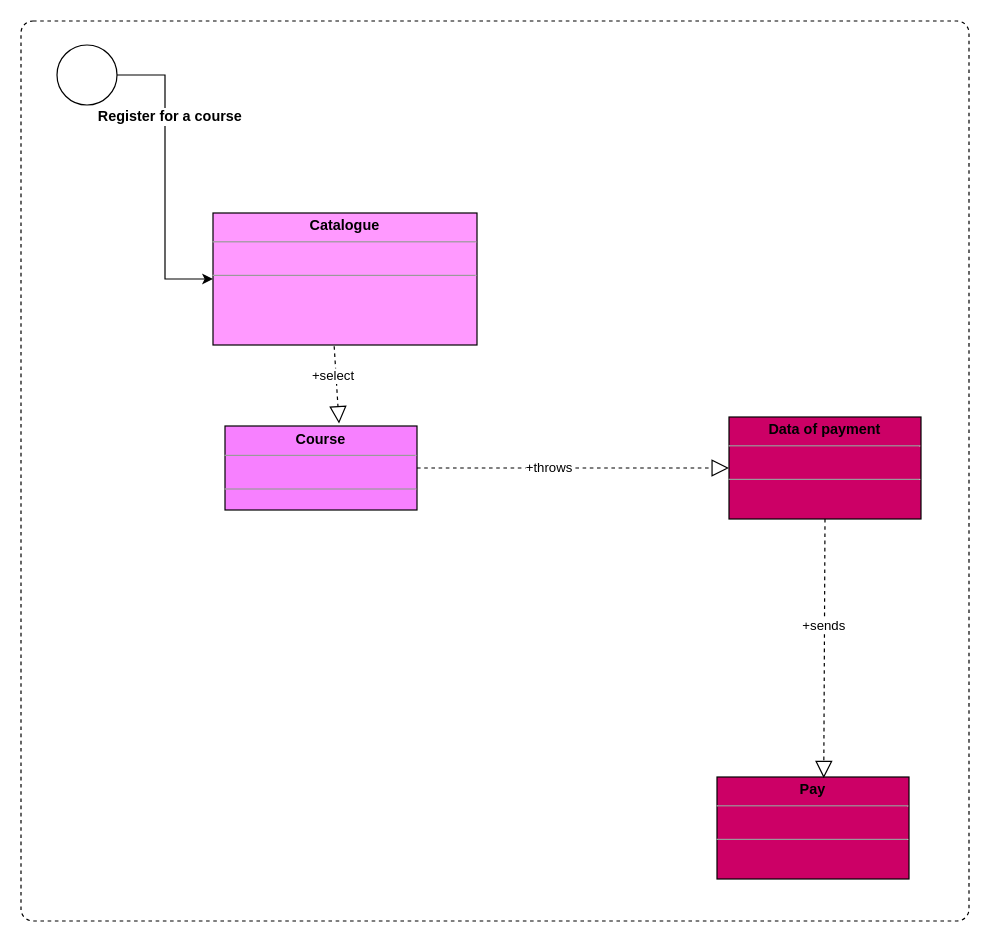
DianaHFer/Analisis-avanzado-de-software keeps this draw.io diagram as Documents U1/diagrams/classEnglish.drawio. Above is the earlier version. Source tidied: cells renumbered, new cells numbered last; positions are measured from the earlier drawing's top-left corner, leaving out a move shared by most shapes. Both pictures are drawn from the tidied source at 120%, with x=0, y=0 at pixel (20, 20).
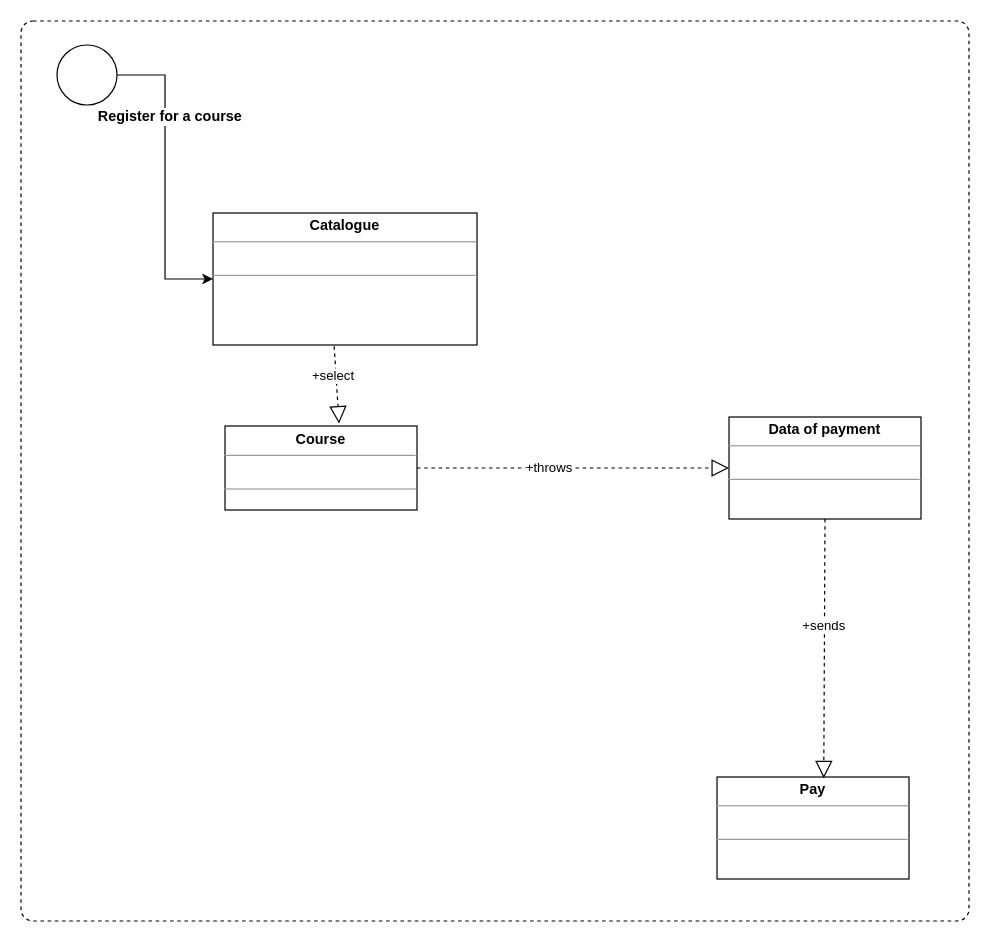
The same diagram, later.

Change to the diagram source:
```diff
@@
 <mxGraphModel>
   <root>
     <mxCell id="0" />
     <mxCell id="1" parent="0" />
     <mxCell id="2" style="html=1;align=center;verticalAlign=top;rounded=1;absoluteArcSize=1;arcSize=20;dashed=1;" parent="1" vertex="1">
       <mxGeometry width="790" height="750" as="geometry" />
     </mxCell>
-    <mxCell id="3" value="&lt;p style=&quot;margin: 0px ; margin-top: 4px ; text-align: center&quot;&gt;&lt;b&gt;Catalogue&lt;/b&gt;&lt;/p&gt;&lt;hr size=&quot;1&quot;&gt;&lt;p style=&quot;margin: 0px ; margin-left: 4px&quot;&gt;&lt;br&gt;&lt;/p&gt;&lt;hr size=&quot;1&quot;&gt;&lt;p style=&quot;margin: 0px ; margin-left: 4px&quot;&gt;&lt;br&gt;&lt;/p&gt;" style="verticalAlign=top;align=left;overflow=fill;fontSize=12;fontFamily=Helvetica;html=1;fillColor=#FF99FF;" parent="1" vertex="1">
+    <mxCell id="3" value="&lt;p style=&quot;margin: 0px ; margin-top: 4px ; text-align: center&quot;&gt;&lt;b&gt;Catalogue&lt;/b&gt;&lt;/p&gt;&lt;hr size=&quot;1&quot;&gt;&lt;p style=&quot;margin: 0px ; margin-left: 4px&quot;&gt;&lt;br&gt;&lt;/p&gt;&lt;hr size=&quot;1&quot;&gt;&lt;p style=&quot;margin: 0px ; margin-left: 4px&quot;&gt;&lt;br&gt;&lt;/p&gt;" style="verticalAlign=top;align=left;overflow=fill;fontSize=12;fontFamily=Helvetica;html=1;fillColor=none;" parent="1" vertex="1">
       <mxGeometry x="160" y="160" width="220" height="110" as="geometry" />
     </mxCell>
-    <mxCell id="4" value="&lt;p style=&quot;margin: 0px ; margin-top: 4px ; text-align: center&quot;&gt;&lt;b&gt;Course&lt;/b&gt;&lt;/p&gt;&lt;hr size=&quot;1&quot;&gt;&lt;p style=&quot;margin: 0px ; margin-left: 4px&quot;&gt;&lt;br&gt;&lt;/p&gt;&lt;hr size=&quot;1&quot;&gt;&lt;p style=&quot;margin: 0px ; margin-left: 4px&quot;&gt;&lt;br&gt;&lt;/p&gt;" style="verticalAlign=top;align=left;overflow=fill;fontSize=12;fontFamily=Helvetica;html=1;fillColor=#F780FF;" parent="1" vertex="1">
+    <mxCell id="4" value="&lt;p style=&quot;margin: 0px ; margin-top: 4px ; text-align: center&quot;&gt;&lt;b&gt;Course&lt;/b&gt;&lt;/p&gt;&lt;hr size=&quot;1&quot;&gt;&lt;p style=&quot;margin: 0px ; margin-left: 4px&quot;&gt;&lt;br&gt;&lt;/p&gt;&lt;hr size=&quot;1&quot;&gt;&lt;p style=&quot;margin: 0px ; margin-left: 4px&quot;&gt;&lt;br&gt;&lt;/p&gt;" style="verticalAlign=top;align=left;overflow=fill;fontSize=12;fontFamily=Helvetica;html=1;fillColor=none;" parent="1" vertex="1">
       <mxGeometry x="170" y="337.5" width="160" height="70" as="geometry" />
     </mxCell>
     <mxCell id="5" style="endArrow=block;dashed=1;endFill=0;endSize=12;html=1;exitX=1;exitY=0.5;exitDx=0;exitDy=0;entryX=0;entryY=0.5;entryDx=0;entryDy=0;" parent="1" edge="1" source="4" target="15">
       <mxGeometry relative="1" as="geometry" />
     </mxCell>
     <mxCell id="6" value="+throws" style="edgeLabel;html=1;align=center;verticalAlign=middle;" parent="5" vertex="1">
       <mxGeometry x="-0.16" y="1" relative="1" as="geometry" />
     </mxCell>
     <mxCell id="7" style="endArrow=block;dashed=1;endFill=0;endSize=12;html=1;exitX=0.459;exitY=1.009;exitDx=0;exitDy=0;exitPerimeter=0;entryX=0.594;entryY=-0.029;entryDx=0;entryDy=0;entryPerimeter=0;" parent="1" edge="1" source="3" target="4">
       <mxGeometry relative="1" as="geometry" />
     </mxCell>
     <mxCell id="8" value="+select" style="edgeLabel;html=1;align=center;verticalAlign=middle;" parent="7" vertex="1">
       <mxGeometry x="-0.25" y="-3" relative="1" as="geometry" />
     </mxCell>
-    <mxCell id="9" value="&lt;p style=&quot;margin: 0px ; margin-top: 4px ; text-align: center&quot;&gt;&lt;b&gt;Pay&lt;/b&gt;&lt;/p&gt;&lt;hr size=&quot;1&quot;&gt;&lt;p style=&quot;margin: 0px ; margin-left: 4px&quot;&gt;&lt;br&gt;&lt;/p&gt;&lt;hr size=&quot;1&quot;&gt;&lt;p style=&quot;margin: 0px ; margin-left: 4px&quot;&gt;&lt;br&gt;&lt;/p&gt;" style="verticalAlign=top;align=left;overflow=fill;fontSize=12;fontFamily=Helvetica;html=1;fillColor=#CC0066;" parent="1" vertex="1">
+    <mxCell id="9" value="&lt;p style=&quot;margin: 0px ; margin-top: 4px ; text-align: center&quot;&gt;&lt;b&gt;Pay&lt;/b&gt;&lt;/p&gt;&lt;hr size=&quot;1&quot;&gt;&lt;p style=&quot;margin: 0px ; margin-left: 4px&quot;&gt;&lt;br&gt;&lt;/p&gt;&lt;hr size=&quot;1&quot;&gt;&lt;p style=&quot;margin: 0px ; margin-left: 4px&quot;&gt;&lt;br&gt;&lt;/p&gt;" style="verticalAlign=top;align=left;overflow=fill;fontSize=12;fontFamily=Helvetica;html=1;fillColor=none;" parent="1" vertex="1">
       <mxGeometry x="580" y="630" width="160" height="85" as="geometry" />
     </mxCell>
     <mxCell id="10" style="endArrow=block;dashed=1;endFill=0;endSize=12;html=1;exitX=0.5;exitY=1;exitDx=0;exitDy=0;entryX=0.556;entryY=0.012;entryDx=0;entryDy=0;entryPerimeter=0;" parent="1" edge="1" source="15" target="9">
       <mxGeometry relative="1" as="geometry" />
     </mxCell>
     <mxCell id="11" value="+sends" style="edgeLabel;html=1;align=center;verticalAlign=middle;" parent="10" vertex="1">
       <mxGeometry x="-0.18" y="-1" relative="1" as="geometry" />
     </mxCell>
     <mxCell id="12" style="ellipse;whiteSpace=wrap;html=1;" parent="1" vertex="1">
       <mxGeometry x="30" y="20" width="50" height="50" as="geometry" />
     </mxCell>
     <mxCell id="13" style="edgeStyle=orthogonalEdgeStyle;rounded=0;jettySize=auto;html=1;entryX=0;entryY=0.5;entryDx=0;entryDy=0;" parent="1" edge="1" source="12" target="3">
       <mxGeometry relative="1" as="geometry" />
     </mxCell>
     <mxCell id="14" value="&lt;span style=&quot;font-size: 12px&quot;&gt;&lt;b&gt;Register for a course&lt;/b&gt;&lt;/span&gt;" style="edgeLabel;html=1;align=center;verticalAlign=middle;" parent="13" vertex="1">
       <mxGeometry x="-0.41" y="3" relative="1" as="geometry" />
     </mxCell>
-    <mxCell id="15" value="&lt;p style=&quot;margin: 0px ; margin-top: 4px ; text-align: center&quot;&gt;&lt;b&gt;Data of payment&lt;/b&gt;&lt;br&gt;&lt;/p&gt;&lt;hr size=&quot;1&quot;&gt;&lt;p style=&quot;margin: 0px ; margin-left: 4px&quot;&gt;&lt;br&gt;&lt;/p&gt;&lt;hr size=&quot;1&quot;&gt;&lt;p style=&quot;margin: 0px ; margin-left: 4px&quot;&gt;&lt;br&gt;&lt;/p&gt;" style="verticalAlign=top;align=left;overflow=fill;fontSize=12;fontFamily=Helvetica;html=1;fillColor=#CC0066;" parent="1" vertex="1">
+    <mxCell id="15" value="&lt;p style=&quot;margin: 0px ; margin-top: 4px ; text-align: center&quot;&gt;&lt;b&gt;Data of payment&lt;/b&gt;&lt;br&gt;&lt;/p&gt;&lt;hr size=&quot;1&quot;&gt;&lt;p style=&quot;margin: 0px ; margin-left: 4px&quot;&gt;&lt;br&gt;&lt;/p&gt;&lt;hr size=&quot;1&quot;&gt;&lt;p style=&quot;margin: 0px ; margin-left: 4px&quot;&gt;&lt;br&gt;&lt;/p&gt;" style="verticalAlign=top;align=left;overflow=fill;fontSize=12;fontFamily=Helvetica;html=1;fillColor=none;" parent="1" vertex="1">
       <mxGeometry x="590" y="330" width="160" height="85" as="geometry" />
     </mxCell>
   </root>
 </mxGraphModel>
```
